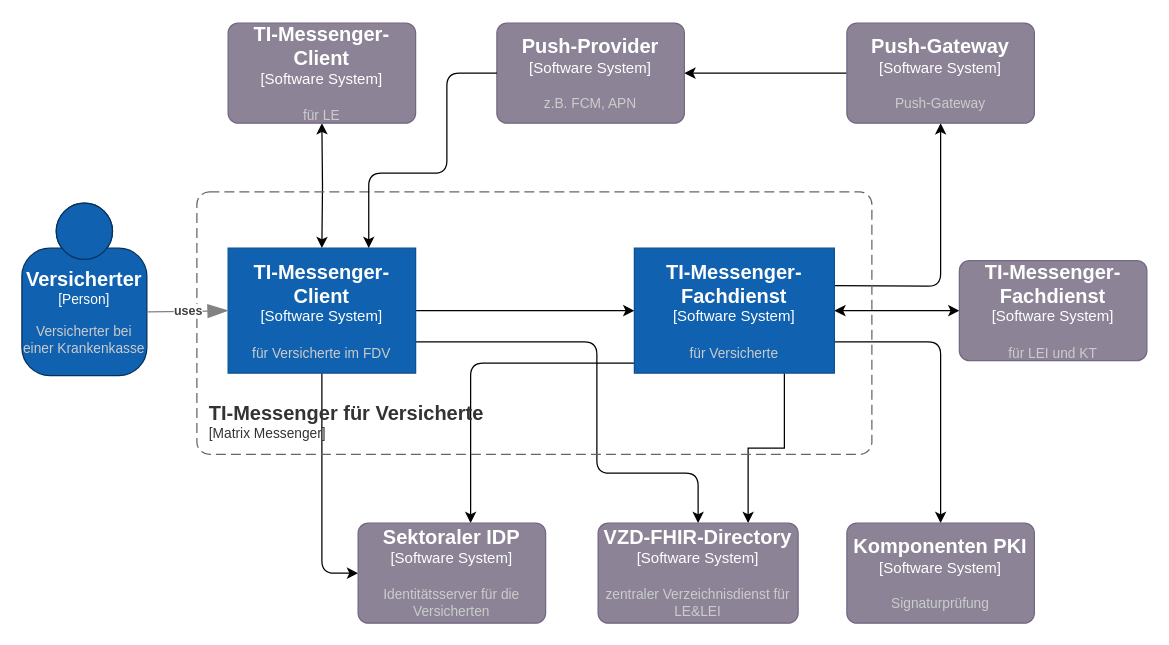
Above: src/drawio/ePA_FDV/TI-M_Kontextabgrenzung_fdv.drawio in gematik/api-ti-messenger (draw.io), before the change. Source tidied: cells renumbered, new cells numbered last; positions are measured from the earlier drawing's top-left corner, leaving out a move shared by most shapes. Both pictures are drawn from the tidied source at 125%, with x=0, y=0 at pixel (21, 22).
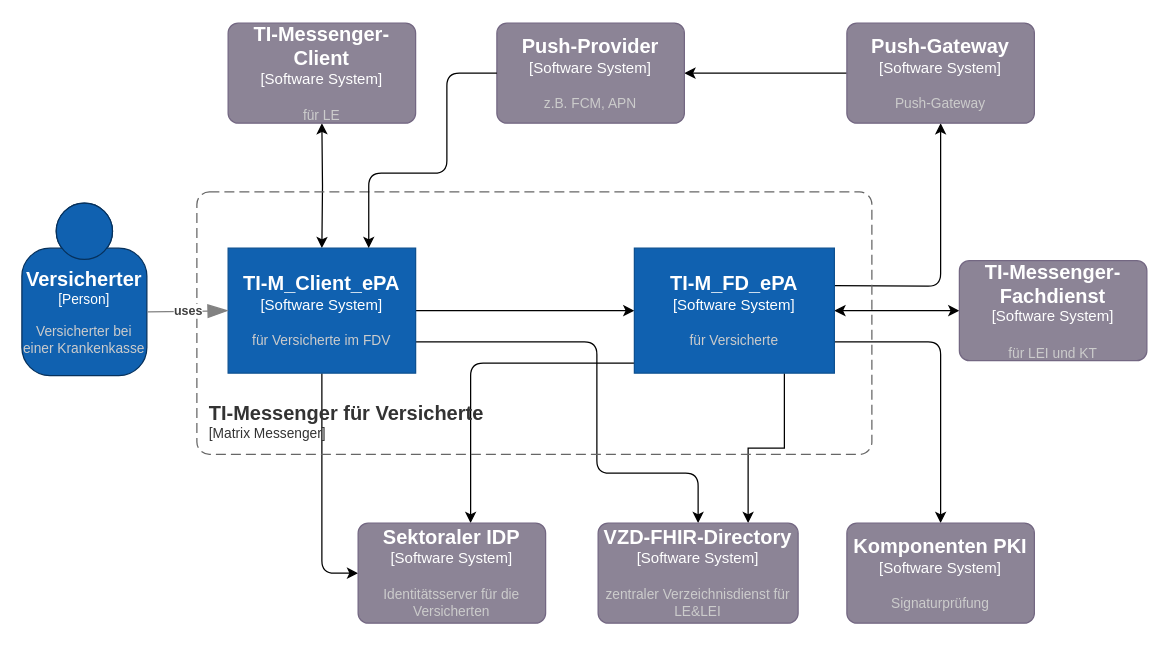
After the change.

Commit message:
added new names for client and FD

What changed in the source:
```diff
@@
-    <object id="12" label="&lt;font style=&quot;font-size: 16px&quot;&gt;&lt;b&gt;%c4Name%&lt;/b&gt;&lt;/font&gt;&lt;div&gt;[%c4Type%]&lt;/div&gt;&lt;br&gt;&lt;div&gt;&lt;font style=&quot;font-size: 11px&quot;&gt;&lt;font color=&quot;#cccccc&quot;&gt;%c4Description%&lt;/font&gt;&lt;/div&gt;" c4Description="für Versicherte im FDV" c4Name="TI-Messenger-Client" c4Type="Software System" placeholders="1">
+    <object id="12" label="&lt;font style=&quot;font-size: 16px&quot;&gt;&lt;b&gt;%c4Name%&lt;/b&gt;&lt;/font&gt;&lt;div&gt;[%c4Type%]&lt;/div&gt;&lt;br&gt;&lt;div&gt;&lt;font style=&quot;font-size: 11px&quot;&gt;&lt;font color=&quot;#cccccc&quot;&gt;%c4Description%&lt;/font&gt;&lt;/div&gt;" c4Description="für Versicherte im FDV" c4Name="TI-M_Client_ePA" c4Type="Software System" placeholders="1">
       <mxCell style="rounded=1;whiteSpace=wrap;html=1;labelBackgroundColor=none;fillColor=#1061B0;fontColor=#ffffff;align=center;arcSize=0;strokeColor=#0D5091;points=[[0.25,0,0],[0.5,0,0],[0.75,0,0],[1,0.25,0],[1,0.5,0],[1,0.75,0],[0.75,1,0],[0.5,1,0],[0.25,1,0],[0,0.75,0],[0,0.5,0],[0,0.25,0]];imageWidth=20;imageHeight=20;" parent="1" vertex="1">
         <mxGeometry x="165" y="180" width="150" height="100" as="geometry" />
       </mxCell>
     </object>
@@
-    <object id="14" label="&lt;font style=&quot;font-size: 16px&quot;&gt;&lt;b&gt;%c4Name%&lt;/b&gt;&lt;/font&gt;&lt;div&gt;[%c4Type%]&lt;/div&gt;&lt;br&gt;&lt;div&gt;&lt;font style=&quot;font-size: 11px&quot;&gt;&lt;font color=&quot;#cccccc&quot;&gt;%c4Description%&lt;/font&gt;&lt;/div&gt;" c4Description="für Versicherte" c4Name="TI-Messenger-Fachdienst" c4Type="Software System" placeholders="1">
+    <object id="14" label="&lt;font style=&quot;font-size: 16px&quot;&gt;&lt;b&gt;%c4Name%&lt;/b&gt;&lt;/font&gt;&lt;div&gt;[%c4Type%]&lt;/div&gt;&lt;br&gt;&lt;div&gt;&lt;font style=&quot;font-size: 11px&quot;&gt;&lt;font color=&quot;#cccccc&quot;&gt;%c4Description%&lt;/font&gt;&lt;/div&gt;" c4Description="für Versicherte" c4Name="TI-M_FD_ePA" c4Type="Software System" placeholders="1">
       <mxCell style="rounded=1;whiteSpace=wrap;html=1;labelBackgroundColor=none;fillColor=#1061B0;fontColor=#ffffff;align=center;arcSize=0;strokeColor=#0D5091;points=[[0.25,0,0],[0.5,0,0],[0.75,0,0],[1,0.25,0],[1,0.5,0],[1,0.75,0],[0.75,1,0],[0.5,1,0],[0.25,1,0],[0,0.75,0],[0,0.5,0],[0,0.25,0]];imageWidth=20;imageHeight=20;" parent="1" vertex="1">
         <mxGeometry x="490" y="180" width="160" height="100" as="geometry" />
       </mxCell>
     </object>
```
